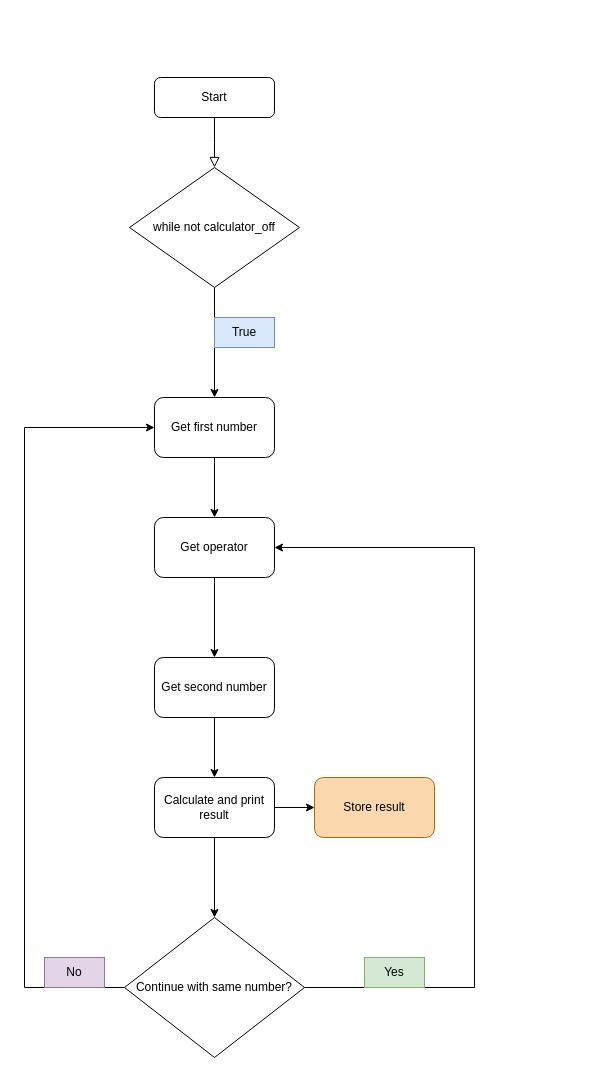
Above: CalculatorApp.drawio in bhanushek/bhanushek.github.io (draw.io), before the change. Source tidied: cells renumbered, new cells numbered last; positions are measured from the earlier drawing's top-left corner, leaving out a move shared by most shapes. Both pictures are drawn from the tidied source at 100%, with x=0, y=0 at pixel (24, 77).
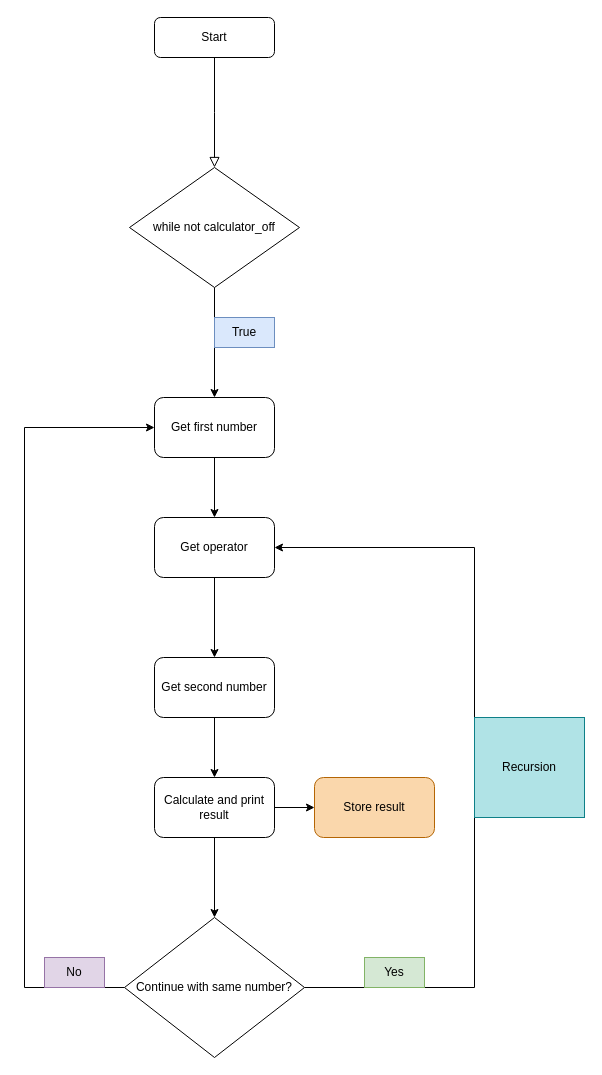
The same page after the edit.

Diff of the diagram source:
```diff
@@
     <mxCell id="3" value="Start" style="rounded=1;whiteSpace=wrap;html=1;fontSize=12;glass=0;strokeWidth=1;shadow=0;" parent="1" vertex="1">
-      <mxGeometry x="130" width="120" height="40" as="geometry" />
+      <mxGeometry x="130" y="-60" width="120" height="40" as="geometry" />
     </mxCell>
@@
+    <mxCell id="22" value="Recursion" style="text;html=1;strokeColor=#0e8088;fillColor=#b0e3e6;align=center;verticalAlign=middle;whiteSpace=wrap;rounded=0;" parent="1" vertex="1">
+      <mxGeometry x="450" y="640" width="110" height="100" as="geometry" />
+    </mxCell>
```
